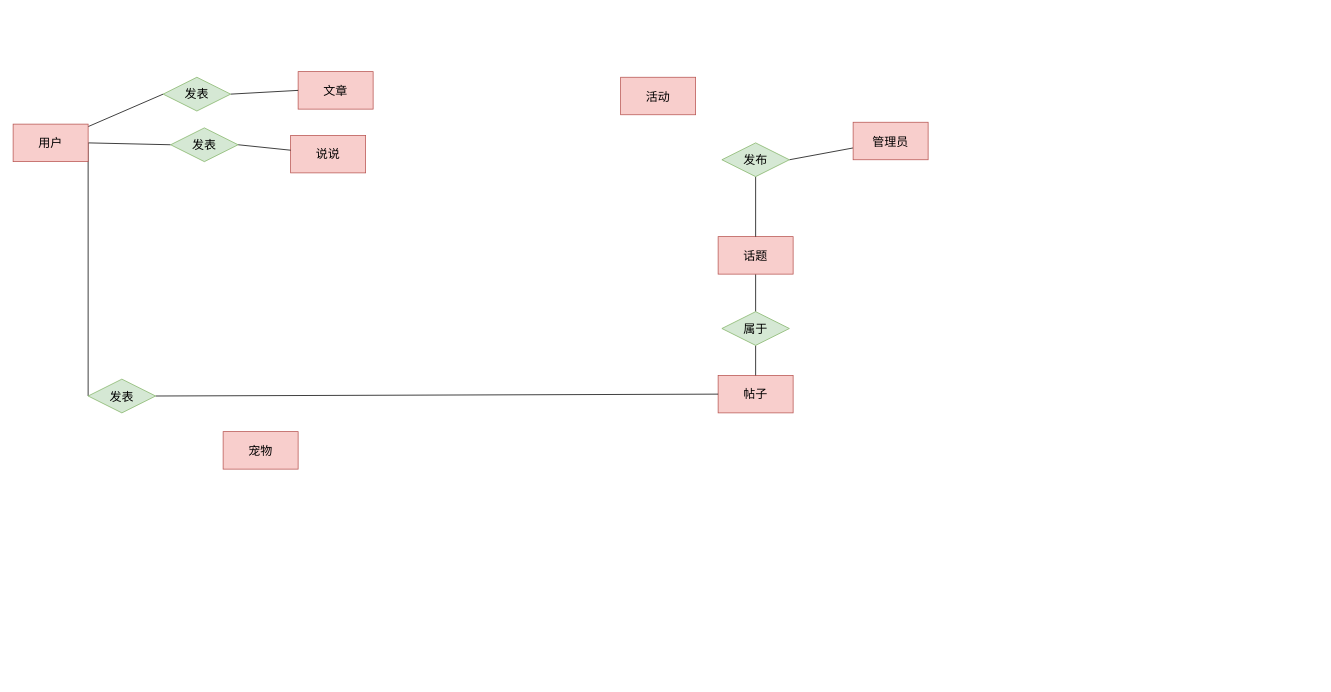
This is pet-ER图总图.drawio from JMHello/draw, a draw.io file, before an edit. Source tidied: cells renumbered, new cells numbered last; positions are measured from the earlier drawing's top-left corner, leaving out a move shared by most shapes. Both pictures are drawn from the tidied source at 75%, with x=0, y=0 at pixel (13, 71).
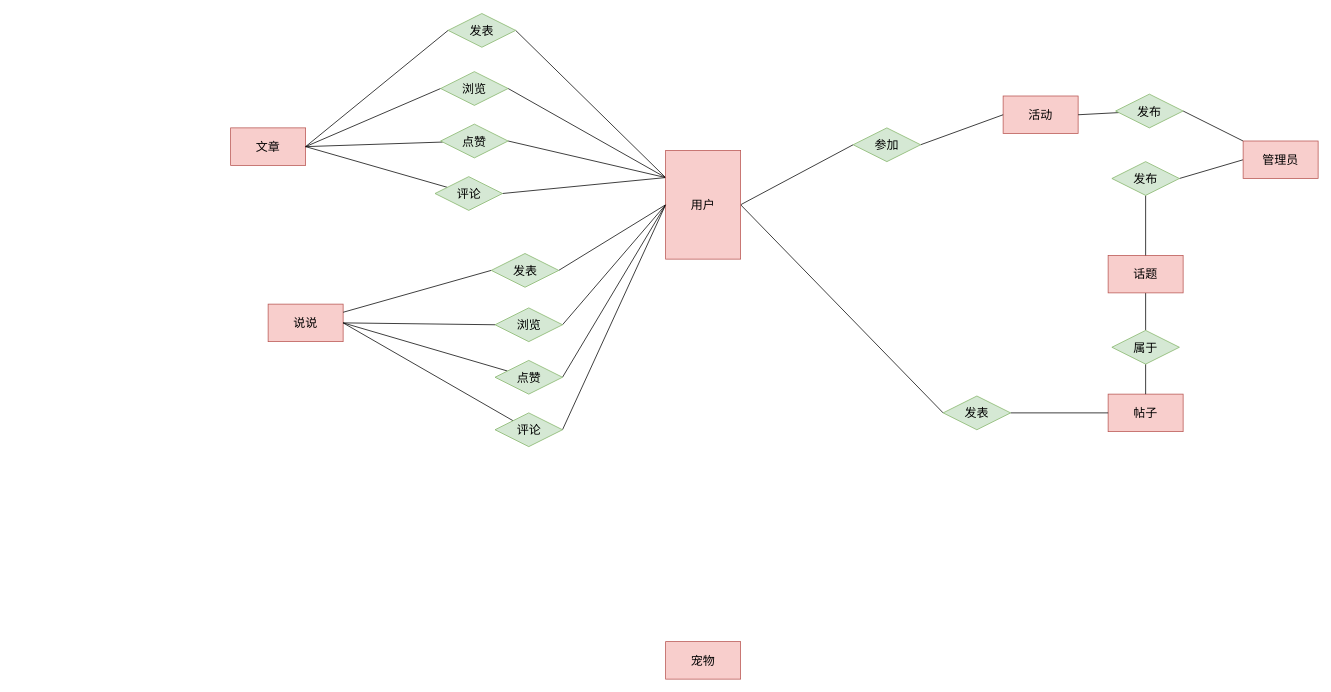
The same diagram, later.

The edit, as a diff of the source:
```diff
@@
-    <mxCell id="2" style="rounded=0;jettySize=auto;html=1;entryX=0;entryY=0.5;entryDx=0;entryDy=0;fontSize=16;endArrow=none;endFill=0;" parent="1" edge="1" source="5" target="15">
+    <mxCell id="2" style="rounded=0;jettySize=auto;html=1;entryX=1;entryY=0.5;entryDx=0;entryDy=0;fontSize=16;endArrow=none;endFill=0;exitX=0;exitY=0.25;exitDx=0;exitDy=0;" parent="1" edge="1" source="5" target="15">
       <mxGeometry relative="1" as="geometry" />
     </mxCell>
-    <mxCell id="3" style="rounded=0;jettySize=auto;html=1;exitX=1;exitY=0.5;exitDx=0;exitDy=0;entryX=0;entryY=0.5;entryDx=0;entryDy=0;fontSize=16;endArrow=none;endFill=0;" parent="1" edge="1" source="5" target="17">
+    <mxCell id="3" style="rounded=0;jettySize=auto;html=1;exitX=0;exitY=0.5;exitDx=0;exitDy=0;entryX=1;entryY=0.5;entryDx=0;entryDy=0;fontSize=16;endArrow=none;endFill=0;" parent="1" edge="1" source="5" target="17">
       <mxGeometry relative="1" as="geometry" />
     </mxCell>
@@
+    <mxCell id="25" style="edgeStyle=none;rounded=0;jettySize=auto;html=1;exitX=1;exitY=0.5;exitDx=0;exitDy=0;entryX=0;entryY=0.5;entryDx=0;entryDy=0;endArrow=none;endFill=0;fontSize=16;" parent="1" edge="1" source="5" target="35">
+      <mxGeometry relative="1" as="geometry" />
+    </mxCell>
+    <mxCell id="26" style="edgeStyle=none;rounded=0;jettySize=auto;html=1;exitX=0;exitY=0.5;exitDx=0;exitDy=0;entryX=1;entryY=0.5;entryDx=0;entryDy=0;endArrow=none;endFill=0;fontSize=16;" parent="1" edge="1" source="5" target="37">
+      <mxGeometry relative="1" as="geometry" />
+    </mxCell>
+    <mxCell id="27" style="edgeStyle=none;rounded=0;jettySize=auto;html=1;exitX=0;exitY=0.5;exitDx=0;exitDy=0;entryX=1;entryY=0.5;entryDx=0;entryDy=0;endArrow=none;endFill=0;fontSize=16;" parent="1" edge="1" source="5" target="39">
+      <mxGeometry relative="1" as="geometry" />
+    </mxCell>
+    <mxCell id="28" style="edgeStyle=none;rounded=0;jettySize=auto;html=1;exitX=0;exitY=0.25;exitDx=0;exitDy=0;entryX=1;entryY=0.5;entryDx=0;entryDy=0;endArrow=none;endFill=0;fontSize=16;" parent="1" edge="1" source="5" target="45">
+      <mxGeometry relative="1" as="geometry" />
+    </mxCell>
+    <mxCell id="29" style="edgeStyle=none;rounded=0;jettySize=auto;html=1;exitX=0;exitY=0.25;exitDx=0;exitDy=0;entryX=1;entryY=0.5;entryDx=0;entryDy=0;endArrow=none;endFill=0;fontSize=16;" parent="1" edge="1" source="5" target="47">
+      <mxGeometry relative="1" as="geometry" />
+    </mxCell>
+    <mxCell id="30" style="edgeStyle=none;rounded=0;jettySize=auto;html=1;exitX=0;exitY=0.25;exitDx=0;exitDy=0;entryX=1;entryY=0.5;entryDx=0;entryDy=0;endArrow=none;endFill=0;fontSize=16;" parent="1" edge="1" source="5" target="49">
+      <mxGeometry relative="1" as="geometry" />
+    </mxCell>
     <mxCell id="5" value="用户" style="rounded=0;whiteSpace=wrap;html=1;fillColor=#f8cecc;strokeColor=#b85450;fontSize=16;" parent="1" vertex="1">
-      <mxGeometry y="70" width="100" height="50" as="geometry" />
+      <mxGeometry x="870" y="105" width="100" height="145" as="geometry" />
     </mxCell>
-    <mxCell id="6" style="rounded=0;jettySize=auto;html=1;entryX=1;entryY=0.5;entryDx=0;entryDy=0;fontSize=16;endArrow=none;endFill=0;" parent="1" edge="1" source="7" target="19">
+    <mxCell id="6" style="rounded=0;jettySize=auto;html=1;entryX=1;entryY=0.5;entryDx=0;entryDy=0;fontSize=16;endArrow=none;endFill=0;exitX=0;exitY=0.5;exitDx=0;exitDy=0;" parent="1" edge="1" source="7" target="19">
       <mxGeometry relative="1" as="geometry" />
     </mxCell>
+    <mxCell id="31" style="edgeStyle=none;rounded=0;jettySize=auto;html=1;entryX=1;entryY=0.5;entryDx=0;entryDy=0;endArrow=none;endFill=0;fontSize=16;" parent="1" edge="1" source="7" target="33">
+      <mxGeometry relative="1" as="geometry" />
+    </mxCell>
     <mxCell id="7" value="管理员" style="rounded=0;whiteSpace=wrap;html=1;fillColor=#f8cecc;strokeColor=#b85450;fontSize=16;" parent="1" vertex="1">
-      <mxGeometry x="1120" y="67.5" width="100" height="50" as="geometry" />
+      <mxGeometry x="1640" y="92.5" width="100" height="50" as="geometry" />
     </mxCell>
     <mxCell id="8" value="文章" style="rounded=0;whiteSpace=wrap;html=1;fillColor=#f8cecc;strokeColor=#b85450;fontSize=16;" parent="1" vertex="1">
-      <mxGeometry x="380" width="100" height="50" as="geometry" />
+      <mxGeometry x="290" y="75" width="100" height="50" as="geometry" />
     </mxCell>
     <mxCell id="9" value="宠物" style="rounded=0;whiteSpace=wrap;html=1;fillColor=#f8cecc;strokeColor=#b85450;fontSize=16;" parent="1" vertex="1">
-      <mxGeometry x="280" y="480" width="100" height="50" as="geometry" />
+      <mxGeometry x="870" y="760" width="100" height="50" as="geometry" />
     </mxCell>
@@
     <mxCell id="11" value="话题" style="rounded=0;whiteSpace=wrap;html=1;fillColor=#f8cecc;strokeColor=#b85450;fontSize=16;" parent="1" vertex="1">
-      <mxGeometry x="940" y="220" width="100" height="50" as="geometry" />
+      <mxGeometry x="1460" y="245" width="100" height="50" as="geometry" />
     </mxCell>
     <mxCell id="12" value="说说" style="rounded=0;whiteSpace=wrap;html=1;fillColor=#f8cecc;strokeColor=#b85450;fontSize=16;" parent="1" vertex="1">
-      <mxGeometry x="370" y="85" width="100" height="50" as="geometry" />
+      <mxGeometry x="340" y="310" width="100" height="50" as="geometry" />
     </mxCell>
     <mxCell id="13" value="活动" style="rounded=0;whiteSpace=wrap;html=1;fillColor=#f8cecc;strokeColor=#b85450;fontSize=16;" parent="1" vertex="1">
-      <mxGeometry x="810" y="7.5" width="100" height="50" as="geometry" />
+      <mxGeometry x="1320" y="32.5" width="100" height="50" as="geometry" />
     </mxCell>
-    <mxCell id="14" style="rounded=0;jettySize=auto;html=1;exitX=1;exitY=0.5;exitDx=0;exitDy=0;entryX=0;entryY=0.5;entryDx=0;entryDy=0;fontSize=16;endArrow=none;endFill=0;" parent="1" edge="1" source="15" target="8">
+    <mxCell id="14" style="rounded=0;jettySize=auto;html=1;exitX=0;exitY=0.5;exitDx=0;exitDy=0;fontSize=16;endArrow=none;endFill=0;entryX=1;entryY=0.5;entryDx=0;entryDy=0;" parent="1" edge="1" source="15" target="8">
       <mxGeometry relative="1" as="geometry" />
     </mxCell>
     <mxCell id="15" value="发表" style="rhombus;whiteSpace=wrap;html=1;fontSize=16;fillColor=#d5e8d4;strokeColor=#82b366;" parent="1" vertex="1">
-      <mxGeometry x="200" y="7.5" width="90" height="45" as="geometry" />
+      <mxGeometry x="580" y="-77.5" width="90" height="45" as="geometry" />
     </mxCell>
-    <mxCell id="16" style="rounded=0;jettySize=auto;html=1;exitX=1;exitY=0.5;exitDx=0;exitDy=0;fontSize=16;endArrow=none;endFill=0;" parent="1" edge="1" source="17" target="12">
+    <mxCell id="16" style="rounded=0;jettySize=auto;html=1;exitX=0;exitY=0.5;exitDx=0;exitDy=0;fontSize=16;endArrow=none;endFill=0;" parent="1" edge="1" source="17" target="12">
       <mxGeometry relative="1" as="geometry" />
     </mxCell>
     <mxCell id="17" value="发表" style="rhombus;whiteSpace=wrap;html=1;fontSize=16;fillColor=#d5e8d4;strokeColor=#82b366;" parent="1" vertex="1">
-      <mxGeometry x="210" y="75" width="90" height="45" as="geometry" />
+      <mxGeometry x="637.5" y="242.5" width="90" height="45" as="geometry" />
     </mxCell>
@@
     <mxCell id="19" value="发布" style="rhombus;whiteSpace=wrap;html=1;fontSize=16;fillColor=#d5e8d4;strokeColor=#82b366;" parent="1" vertex="1">
-      <mxGeometry x="945" y="95" width="90" height="45" as="geometry" />
+      <mxGeometry x="1465" y="120" width="90" height="45" as="geometry" />
     </mxCell>
     <mxCell id="20" value="帖子" style="rounded=0;whiteSpace=wrap;html=1;fillColor=#f8cecc;strokeColor=#b85450;fontSize=16;" parent="1" vertex="1">
-      <mxGeometry x="940" y="405" width="100" height="50" as="geometry" />
+      <mxGeometry x="1460" y="430" width="100" height="50" as="geometry" />
     </mxCell>
@@
     <mxCell id="22" value="属于" style="rhombus;whiteSpace=wrap;html=1;fontSize=16;fillColor=#d5e8d4;strokeColor=#82b366;" parent="1" vertex="1">
-      <mxGeometry x="945" y="320" width="90" height="45" as="geometry" />
+      <mxGeometry x="1465" y="345" width="90" height="45" as="geometry" />
     </mxCell>
@@
     <mxCell id="24" value="发表" style="rhombus;whiteSpace=wrap;html=1;fontSize=16;fillColor=#d5e8d4;strokeColor=#82b366;" parent="1" vertex="1">
-      <mxGeometry x="100" y="410" width="90" height="45" as="geometry" />
+      <mxGeometry x="1240" y="432.5" width="90" height="45" as="geometry" />
     </mxCell>
+    <mxCell id="32" style="edgeStyle=none;rounded=0;jettySize=auto;html=1;entryX=1;entryY=0.5;entryDx=0;entryDy=0;endArrow=none;endFill=0;fontSize=16;" parent="1" edge="1" source="33" target="13">
+      <mxGeometry relative="1" as="geometry" />
+    </mxCell>
+    <mxCell id="33" value="发布" style="rhombus;whiteSpace=wrap;html=1;fontSize=16;fillColor=#d5e8d4;strokeColor=#82b366;" parent="1" vertex="1">
+      <mxGeometry x="1470" y="30" width="90" height="45" as="geometry" />
+    </mxCell>
+    <mxCell id="34" style="edgeStyle=none;rounded=0;jettySize=auto;html=1;exitX=1;exitY=0.5;exitDx=0;exitDy=0;entryX=0;entryY=0.5;entryDx=0;entryDy=0;endArrow=none;endFill=0;fontSize=16;" parent="1" edge="1" source="35" target="13">
+      <mxGeometry relative="1" as="geometry" />
+    </mxCell>
+    <mxCell id="35" value="参加" style="rhombus;whiteSpace=wrap;html=1;fontSize=16;fillColor=#d5e8d4;strokeColor=#82b366;" parent="1" vertex="1">
+      <mxGeometry x="1120" y="75" width="90" height="45" as="geometry" />
+    </mxCell>
+    <mxCell id="36" style="edgeStyle=none;rounded=0;jettySize=auto;html=1;exitX=0;exitY=0.5;exitDx=0;exitDy=0;entryX=1;entryY=0.5;entryDx=0;entryDy=0;endArrow=none;endFill=0;fontSize=16;" parent="1" edge="1" source="37" target="12">
+      <mxGeometry relative="1" as="geometry" />
+    </mxCell>
+    <mxCell id="37" value="浏览" style="rhombus;whiteSpace=wrap;html=1;fontSize=16;fillColor=#d5e8d4;strokeColor=#82b366;" parent="1" vertex="1">
+      <mxGeometry x="642.5" y="315" width="90" height="45" as="geometry" />
+    </mxCell>
+    <mxCell id="38" style="edgeStyle=none;rounded=0;jettySize=auto;html=1;entryX=1;entryY=0.5;entryDx=0;entryDy=0;endArrow=none;endFill=0;fontSize=16;" parent="1" edge="1" source="39" target="12">
+      <mxGeometry relative="1" as="geometry" />
+    </mxCell>
+    <mxCell id="39" value="点赞" style="rhombus;whiteSpace=wrap;html=1;fontSize=16;fillColor=#d5e8d4;strokeColor=#82b366;" parent="1" vertex="1">
+      <mxGeometry x="642.5" y="385" width="90" height="45" as="geometry" />
+    </mxCell>
+    <mxCell id="40" style="edgeStyle=none;rounded=0;jettySize=auto;html=1;entryX=1;entryY=0.5;entryDx=0;entryDy=0;endArrow=none;endFill=0;fontSize=16;" parent="1" edge="1" source="42" target="12">
+      <mxGeometry relative="1" as="geometry" />
+    </mxCell>
+    <mxCell id="41" style="edgeStyle=none;rounded=0;jettySize=auto;html=1;exitX=1;exitY=0.5;exitDx=0;exitDy=0;entryX=0;entryY=0.5;entryDx=0;entryDy=0;endArrow=none;endFill=0;fontSize=16;" parent="1" edge="1" source="42" target="5">
+      <mxGeometry relative="1" as="geometry" />
+    </mxCell>
+    <mxCell id="42" value="评论" style="rhombus;whiteSpace=wrap;html=1;fontSize=16;fillColor=#d5e8d4;strokeColor=#82b366;" parent="1" vertex="1">
+      <mxGeometry x="642.5" y="455" width="90" height="45" as="geometry" />
+    </mxCell>
+    <mxCell id="43" style="edgeStyle=none;rounded=0;orthogonalLoop=1;jettySize=auto;html=1;exitX=1;exitY=1;exitDx=0;exitDy=0;endArrow=none;endFill=0;fontSize=16;" parent="1" edge="1" source="15" target="15">
+      <mxGeometry relative="1" as="geometry" />
+    </mxCell>
+    <mxCell id="44" style="edgeStyle=none;rounded=0;jettySize=auto;html=1;exitX=0;exitY=0.5;exitDx=0;exitDy=0;endArrow=none;endFill=0;fontSize=16;entryX=1;entryY=0.5;entryDx=0;entryDy=0;" parent="1" edge="1" source="45" target="8">
+      <mxGeometry relative="1" as="geometry" />
+    </mxCell>
+    <mxCell id="45" value="浏览" style="rhombus;whiteSpace=wrap;html=1;fontSize=16;fillColor=#d5e8d4;strokeColor=#82b366;" parent="1" vertex="1">
+      <mxGeometry x="570" width="90" height="45" as="geometry" />
+    </mxCell>
+    <mxCell id="46" style="edgeStyle=none;rounded=0;jettySize=auto;html=1;entryX=1;entryY=0.5;entryDx=0;entryDy=0;endArrow=none;endFill=0;fontSize=16;" parent="1" edge="1" source="47" target="8">
+      <mxGeometry relative="1" as="geometry" />
+    </mxCell>
+    <mxCell id="47" value="点赞" style="rhombus;whiteSpace=wrap;html=1;fontSize=16;fillColor=#d5e8d4;strokeColor=#82b366;" parent="1" vertex="1">
+      <mxGeometry x="570" y="70" width="90" height="45" as="geometry" />
+    </mxCell>
+    <mxCell id="48" style="edgeStyle=none;rounded=0;jettySize=auto;html=1;entryX=1;entryY=0.5;entryDx=0;entryDy=0;endArrow=none;endFill=0;fontSize=16;" parent="1" edge="1" source="49" target="8">
+      <mxGeometry relative="1" as="geometry" />
+    </mxCell>
+    <mxCell id="49" value="评论" style="rhombus;whiteSpace=wrap;html=1;fontSize=16;fillColor=#d5e8d4;strokeColor=#82b366;" parent="1" vertex="1">
+      <mxGeometry x="562.5" y="140" width="90" height="45" as="geometry" />
+    </mxCell>
```
